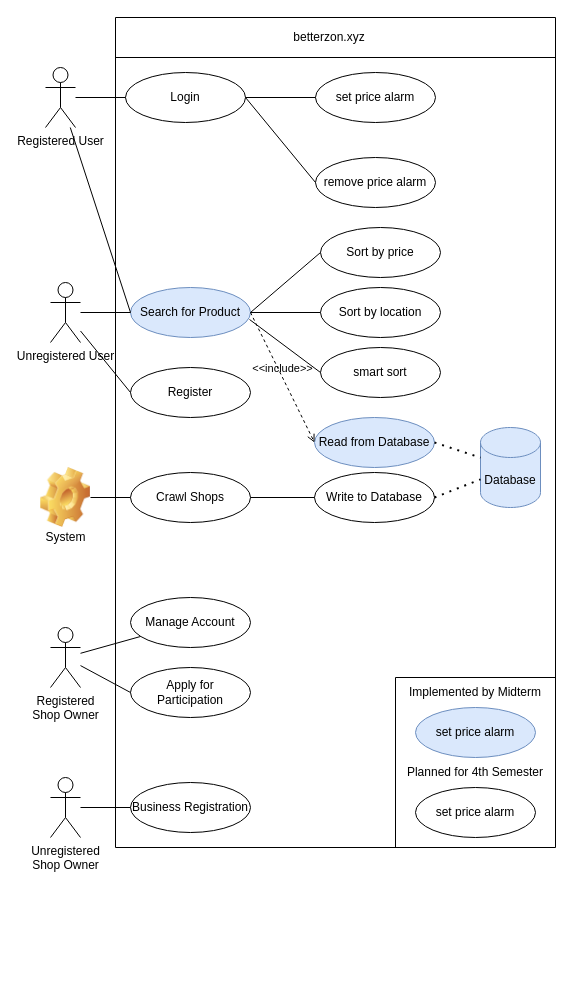
The draw.io diagram doku/use-case-betterzon.drawio in Mueller-Patrick/Betterzon, before the edit. Source tidied: cells renumbered, new cells numbered last; positions are measured from the earlier drawing's top-left corner, leaving out a move shared by most shapes. Both pictures are drawn from the tidied source at 100%, with x=0, y=0 at pixel (35, 17).
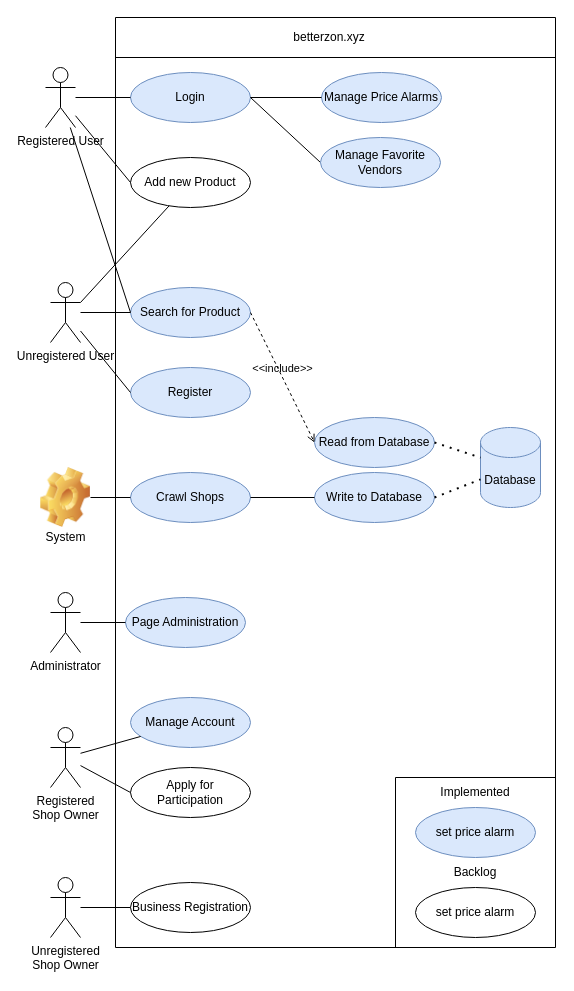
The same diagram, later.

Unchanged cells that the change refers to:
```xml
<mxCell id="2" value="Registered User" style="shape=umlActor;verticalLabelPosition=bottom;verticalAlign=top;html=1;" parent="1" vertex="1">
  <mxGeometry x="10" y="50" width="30" height="60" as="geometry" />
</mxCell>
<mxCell id="6" value="Search for Product" style="ellipse;whiteSpace=wrap;html=1;fillColor=#dae8fc;strokeColor=#6c8ebf;" parent="1" vertex="1">
  <mxGeometry x="95" y="270" width="120" height="50" as="geometry" />
</mxCell>
<mxCell id="9" value="Unregistered User" style="shape=umlActor;verticalLabelPosition=bottom;verticalAlign=top;html=1;" parent="1" vertex="1">
  <mxGeometry x="15" y="265" width="30" height="60" as="geometry" />
</mxCell>
```

The edit, as a diff of the source:
```diff
@@
     <mxCell id="4" style="endArrow=none;html=1;" parent="1" edge="1">
       <mxGeometry relative="1" as="geometry">
-        <mxPoint x="80" y="830" as="sourcePoint" />
+        <mxPoint x="80" y="930" as="sourcePoint" />
         <mxPoint x="80" as="targetPoint" />
       </mxGeometry>
     </mxCell>
     <mxCell id="5" style="endArrow=none;html=1;" parent="1" edge="1">
       <mxGeometry relative="1" as="geometry">
-        <mxPoint x="520" y="830" as="sourcePoint" />
+        <mxPoint x="520" y="930" as="sourcePoint" />
         <mxPoint x="520" as="targetPoint" />
       </mxGeometry>
     </mxCell>
@@
     <mxCell id="10" value="Unregistered &lt;br&gt;Shop Owner" style="shape=umlActor;verticalLabelPosition=bottom;verticalAlign=top;html=1;outlineConnect=0;" parent="1" vertex="1">
-      <mxGeometry x="15" y="760" width="30" height="60" as="geometry" />
+      <mxGeometry x="15" y="860" width="30" height="60" as="geometry" />
     </mxCell>
-    <mxCell id="11" value="Sort by price" style="ellipse;whiteSpace=wrap;html=1;" parent="1" vertex="1">
-      <mxGeometry x="285" y="210" width="120" height="50" as="geometry" />
-    </mxCell>
-    <mxCell id="12" value="Sort by location" style="ellipse;whiteSpace=wrap;html=1;" parent="1" vertex="1">
-      <mxGeometry x="285" y="270" width="120" height="50" as="geometry" />
-    </mxCell>
-    <mxCell id="13" value="smart sort" style="ellipse;whiteSpace=wrap;html=1;" parent="1" vertex="1">
-      <mxGeometry x="285" y="330" width="120" height="50" as="geometry" />
-    </mxCell>
-    <mxCell id="14" value="Login" style="ellipse;whiteSpace=wrap;html=1;" parent="1" vertex="1">
-      <mxGeometry x="90" y="55" width="120" height="50" as="geometry" />
+    <mxCell id="14" value="Login" style="ellipse;whiteSpace=wrap;html=1;fillColor=#dae8fc;strokeColor=#6c8ebf;" parent="1" vertex="1">
+      <mxGeometry x="95" y="55" width="120" height="50" as="geometry" />
     </mxCell>
     <mxCell id="15" value="Business Registration" style="ellipse;whiteSpace=wrap;html=1;" parent="1" vertex="1">
-      <mxGeometry x="95" y="765" width="120" height="50" as="geometry" />
+      <mxGeometry x="95" y="865" width="120" height="50" as="geometry" />
     </mxCell>
@@
-    <mxCell id="19" style="endArrow=none;html=1;exitX=1;exitY=0.5;exitDx=0;exitDy=0;entryX=0;entryY=0.5;entryDx=0;entryDy=0;" parent="1" edge="1" source="6" target="11">
-      <mxGeometry relative="1" as="geometry" />
-    </mxCell>
-    <mxCell id="20" style="endArrow=none;html=1;entryX=0;entryY=0.5;entryDx=0;entryDy=0;" parent="1" edge="1" target="12">
-      <mxGeometry relative="1" as="geometry">
-        <mxPoint x="215" y="295" as="sourcePoint" />
-      </mxGeometry>
-    </mxCell>
-    <mxCell id="21" style="endArrow=none;html=1;exitX=0.992;exitY=0.64;exitDx=0;exitDy=0;exitPerimeter=0;entryX=0;entryY=0.5;entryDx=0;entryDy=0;" parent="1" edge="1" source="6" target="13">
-      <mxGeometry relative="1" as="geometry" />
-    </mxCell>
-    <mxCell id="22" value="set price alarm" style="ellipse;whiteSpace=wrap;html=1;" parent="1" vertex="1">
-      <mxGeometry x="280" y="55" width="120" height="50" as="geometry" />
+    <mxCell id="22" value="Manage Price Alarms" style="ellipse;whiteSpace=wrap;html=1;fillColor=#dae8fc;strokeColor=#6c8ebf;" parent="1" vertex="1">
+      <mxGeometry x="286" y="55" width="120" height="50" as="geometry" />
     </mxCell>
@@
-    <mxCell id="24" value="Register" style="ellipse;whiteSpace=wrap;html=1;" parent="1" vertex="1">
+    <mxCell id="24" value="Register" style="ellipse;whiteSpace=wrap;html=1;fillColor=#dae8fc;strokeColor=#6c8ebf;" parent="1" vertex="1">
       <mxGeometry x="95" y="350" width="120" height="50" as="geometry" />
     </mxCell>
@@
     <mxCell id="27" value="Registered &lt;br&gt;Shop Owner" style="shape=umlActor;verticalLabelPosition=bottom;verticalAlign=top;html=1;outlineConnect=0;" parent="1" vertex="1">
-      <mxGeometry x="15" y="610" width="30" height="60" as="geometry" />
+      <mxGeometry x="15" y="710" width="30" height="60" as="geometry" />
     </mxCell>
-    <mxCell id="28" value="Manage Account" style="ellipse;whiteSpace=wrap;html=1;" parent="1" vertex="1">
-      <mxGeometry x="95" y="580" width="120" height="50" as="geometry" />
+    <mxCell id="28" value="Manage Account" style="ellipse;whiteSpace=wrap;html=1;fillColor=#dae8fc;strokeColor=#6c8ebf;" parent="1" vertex="1">
+      <mxGeometry x="95" y="680" width="120" height="50" as="geometry" />
     </mxCell>
     <mxCell id="29" value="Apply for &lt;br&gt;Participation" style="ellipse;whiteSpace=wrap;html=1;" parent="1" vertex="1">
-      <mxGeometry x="95" y="650" width="120" height="50" as="geometry" />
+      <mxGeometry x="95" y="750" width="120" height="50" as="geometry" />
     </mxCell>
@@
-    <mxCell id="34" value="Crawl Shops" style="ellipse;whiteSpace=wrap;html=1;" parent="1" vertex="1">
+    <mxCell id="34" value="Crawl Shops" style="ellipse;whiteSpace=wrap;html=1;fillColor=#dae8fc;strokeColor=#6c8ebf;" parent="1" vertex="1">
       <mxGeometry x="95" y="455" width="120" height="50" as="geometry" />
     </mxCell>
@@
-    <mxCell id="36" value="Write to Database" style="ellipse;whiteSpace=wrap;html=1;" parent="1" vertex="1">
+    <mxCell id="36" value="Write to Database" style="ellipse;whiteSpace=wrap;html=1;fillColor=#dae8fc;strokeColor=#6c8ebf;" parent="1" vertex="1">
       <mxGeometry x="279" y="455" width="120" height="50" as="geometry" />
     </mxCell>
@@
     <mxCell id="43" style="endArrow=none;html=1;" parent="1" edge="1">
       <mxGeometry relative="1" as="geometry">
-        <mxPoint x="80" y="830" as="sourcePoint" />
-        <mxPoint x="520" y="830" as="targetPoint" />
+        <mxPoint x="80" y="930" as="sourcePoint" />
+        <mxPoint x="520" y="930" as="targetPoint" />
       </mxGeometry>
     </mxCell>
-    <mxCell id="44" value="remove price alarm" style="ellipse;whiteSpace=wrap;html=1;" parent="1" vertex="1">
-      <mxGeometry x="280" y="140" width="120" height="50" as="geometry" />
-    </mxCell>
-    <mxCell id="45" style="endArrow=none;html=1;exitX=1;exitY=0.5;exitDx=0;exitDy=0;entryX=0;entryY=0.5;entryDx=0;entryDy=0;" parent="1" edge="1" source="14" target="44">
+    <mxCell id="45" style="endArrow=none;html=1;exitX=1;exitY=0.5;exitDx=0;exitDy=0;entryX=0;entryY=0.5;entryDx=0;entryDy=0;" parent="1" edge="1" source="14" target="52">
       <mxGeometry relative="1" as="geometry" />
     </mxCell>
     <mxCell id="46" value="set price alarm" style="ellipse;whiteSpace=wrap;html=1;fillColor=#dae8fc;strokeColor=#6c8ebf;" parent="1" vertex="1">
-      <mxGeometry x="380" y="690" width="120" height="50" as="geometry" />
+      <mxGeometry x="380" y="790" width="120" height="50" as="geometry" />
     </mxCell>
     <mxCell id="47" value="set price alarm" style="ellipse;whiteSpace=wrap;html=1;" parent="1" vertex="1">
-      <mxGeometry x="380" y="770" width="120" height="50" as="geometry" />
+      <mxGeometry x="380" y="870" width="120" height="50" as="geometry" />
     </mxCell>
     <mxCell id="48" style="endArrow=none;html=1;" parent="1" edge="1">
       <mxGeometry relative="1" as="geometry">
-        <mxPoint x="360" y="830" as="sourcePoint" />
-        <mxPoint x="360" y="660" as="targetPoint" />
+        <mxPoint x="360" y="930" as="sourcePoint" />
+        <mxPoint x="360" y="760" as="targetPoint" />
       </mxGeometry>
     </mxCell>
     <mxCell id="49" style="endArrow=none;html=1;" parent="1" edge="1">
       <mxGeometry relative="1" as="geometry">
-        <mxPoint x="360" y="660" as="sourcePoint" />
-        <mxPoint x="520" y="660" as="targetPoint" />
+        <mxPoint x="360" y="760" as="sourcePoint" />
+        <mxPoint x="520" y="760" as="targetPoint" />
       </mxGeometry>
     </mxCell>
-    <mxCell id="50" value="Planned for 4th Semester" style="text;html=1;strokeColor=none;fillColor=none;align=center;verticalAlign=middle;whiteSpace=wrap;rounded=0;" parent="1" vertex="1">
-      <mxGeometry x="360" y="745" width="160" height="20" as="geometry" />
+    <mxCell id="50" value="Backlog" style="text;html=1;strokeColor=none;fillColor=none;align=center;verticalAlign=middle;whiteSpace=wrap;rounded=0;" parent="1" vertex="1">
+      <mxGeometry x="360" y="845" width="160" height="20" as="geometry" />
     </mxCell>
-    <mxCell id="51" value="Implemented by Midterm" style="text;html=1;strokeColor=none;fillColor=none;align=center;verticalAlign=middle;whiteSpace=wrap;rounded=0;" parent="1" vertex="1">
-      <mxGeometry x="360" y="665" width="160" height="20" as="geometry" />
+    <mxCell id="51" value="Implemented" style="text;html=1;strokeColor=none;fillColor=none;align=center;verticalAlign=middle;whiteSpace=wrap;rounded=0;" parent="1" vertex="1">
+      <mxGeometry x="360" y="765" width="160" height="20" as="geometry" />
     </mxCell>
+    <mxCell id="52" value="Manage Favorite Vendors" style="ellipse;whiteSpace=wrap;html=1;fillColor=#dae8fc;strokeColor=#6c8ebf;" parent="1" vertex="1">
+      <mxGeometry x="285" y="120" width="120" height="50" as="geometry" />
+    </mxCell>
+    <mxCell id="53" value="Add new Product" style="ellipse;whiteSpace=wrap;html=1;" parent="1" vertex="1">
+      <mxGeometry x="95" y="140" width="120" height="50" as="geometry" />
+    </mxCell>
+    <mxCell id="54" style="endArrow=none;html=1;entryX=0;entryY=0.5;entryDx=0;entryDy=0;" parent="1" edge="1" source="2" target="53">
+      <mxGeometry relative="1" as="geometry" />
+    </mxCell>
+    <mxCell id="55" style="endArrow=none;html=1;exitX=1;exitY=0.3333333333333333;exitDx=0;exitDy=0;exitPerimeter=0;" parent="1" edge="1" source="9" target="53">
+      <mxGeometry relative="1" as="geometry" />
+    </mxCell>
+    <mxCell id="56" value="Administrator" style="shape=umlActor;verticalLabelPosition=bottom;verticalAlign=top;html=1;outlineConnect=0;" parent="1" vertex="1">
+      <mxGeometry x="15" y="575" width="30" height="60" as="geometry" />
+    </mxCell>
+    <mxCell id="57" value="Page Administration" style="ellipse;whiteSpace=wrap;html=1;fillColor=#dae8fc;strokeColor=#6c8ebf;" parent="1" vertex="1">
+      <mxGeometry x="90" y="580" width="120" height="50" as="geometry" />
+    </mxCell>
+    <mxCell id="58" style="endArrow=none;html=1;" parent="1" edge="1" source="56" target="57">
+      <mxGeometry relative="1" as="geometry" />
+    </mxCell>
```
